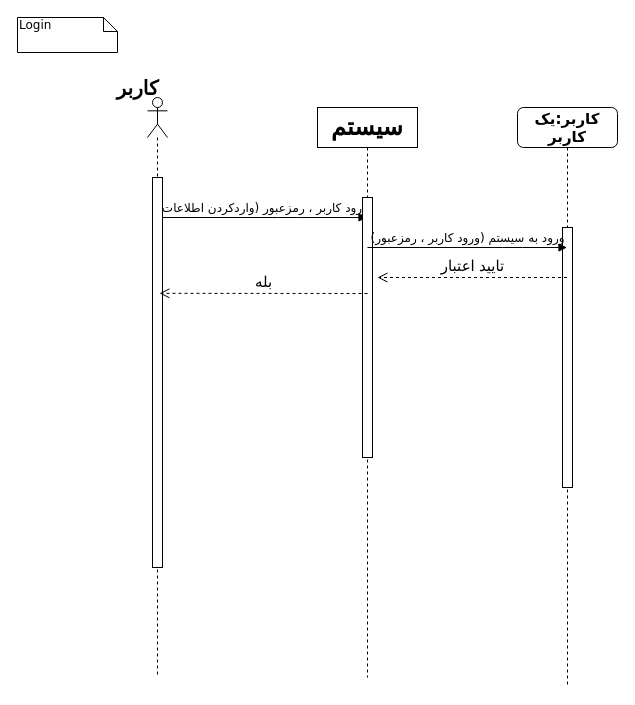
The draw.io diagram Behavioural Modeling/login.drawio in khoramian/TahDig_SoftwareEngineering, before the edit. Source tidied: cells renumbered, new cells numbered last; positions are measured from the earlier drawing's top-left corner, leaving out a move shared by most shapes. Both pictures are drawn from the tidied source at 100%, with x=0, y=0 at pixel (17, 17).
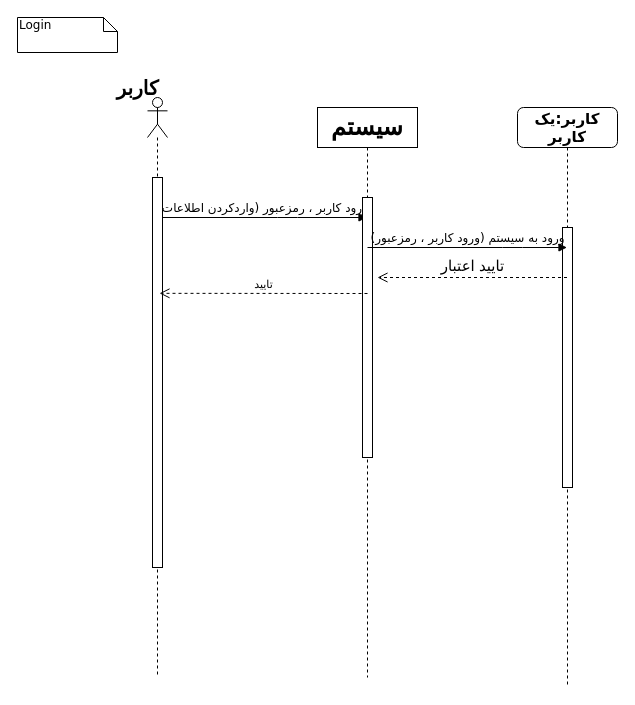
The same page after the edit.

What changed in the source:
```diff
@@
 <mxGraphModel background="#ffffff">
   <root>
     <mxCell id="0" />
     <mxCell id="1" parent="0" />
     <mxCell id="2" value="&lt;font style=&quot;font-size: 15px&quot;&gt;&lt;b&gt;&lt;font style=&quot;font-size: 15px&quot;&gt;کاربر:یک کاربر&lt;/font&gt;&lt;/b&gt;&lt;/font&gt;" style="shape=umlLifeline;perimeter=lifelinePerimeter;whiteSpace=wrap;html=1;outlineConnect=0;rounded=1;shadow=0;comic=0;labelBackgroundColor=none;strokeWidth=1;fontFamily=Verdana;fontSize=12;align=center;" parent="1" vertex="1">
       <mxGeometry x="500" y="90" width="100" height="580" as="geometry" />
     </mxCell>
     <mxCell id="3" style="html=1;perimeter=orthogonalPerimeter;rounded=0;shadow=0;comic=0;labelBackgroundColor=none;strokeWidth=1;fontFamily=Verdana;fontSize=12;align=center;" parent="2" vertex="1">
       <mxGeometry x="45" y="120" width="10" height="260" as="geometry" />
     </mxCell>
     <mxCell id="4" value="(ورود کاربر ، رمزعبور (واردکردن اطلاعات" style="html=1;verticalAlign=bottom;endArrow=block;labelBackgroundColor=none;fontFamily=Verdana;fontSize=12;edgeStyle=elbowEdgeStyle;elbow=vertical;" parent="1" edge="1" source="6" target="8">
       <mxGeometry relative="1" as="geometry">
         <Array as="points">
           <mxPoint x="270" y="200" />
         </Array>
       </mxGeometry>
     </mxCell>
     <mxCell id="5" value="Login" style="shape=note;whiteSpace=wrap;html=1;size=14;verticalAlign=top;align=left;spacingTop=-6;rounded=0;shadow=0;comic=0;labelBackgroundColor=none;strokeWidth=1;fontFamily=Verdana;fontSize=12;" parent="1" vertex="1">
       <mxGeometry width="100" height="35" as="geometry" />
     </mxCell>
     <mxCell id="6" style="shape=umlLifeline;participant=umlActor;perimeter=lifelinePerimeter;whiteSpace=wrap;html=1;verticalAlign=top;spacingTop=36;outlineConnect=0;" parent="1" vertex="1">
       <mxGeometry x="130" y="80" width="20" height="580" as="geometry" />
     </mxCell>
     <mxCell id="7" value="&lt;font size=&quot;1&quot;&gt;&lt;b style=&quot;font-size: 20px&quot;&gt;کاربر&lt;/b&gt;&lt;/font&gt;" style="text;html=1;align=center;verticalAlign=middle;" parent="1" vertex="1">
       <mxGeometry x="95" y="60" width="50" height="20" as="geometry" />
     </mxCell>
     <mxCell id="8" value="&lt;b&gt;&lt;font style=&quot;font-size: 24px&quot;&gt;سیستم &lt;br&gt;&lt;/font&gt;&lt;/b&gt;" style="shape=umlLifeline;perimeter=lifelinePerimeter;whiteSpace=wrap;html=1;outlineConnect=0;" parent="1" vertex="1">
       <mxGeometry x="300" y="90" width="100" height="570" as="geometry" />
     </mxCell>
     <mxCell id="9" style="html=1;perimeter=orthogonalPerimeter;rounded=0;shadow=0;comic=0;labelBackgroundColor=none;strokeWidth=1;fontFamily=Verdana;fontSize=12;align=center;" parent="8" vertex="1">
       <mxGeometry x="45" y="90" width="10" height="260" as="geometry" />
     </mxCell>
     <mxCell id="10" value="ورود به سیستم (ورود کاربر ، رمزعبور)" style="html=1;verticalAlign=bottom;endArrow=block;labelBackgroundColor=none;fontFamily=Verdana;fontSize=12;edgeStyle=elbowEdgeStyle;elbow=vertical;" parent="1" edge="1" target="2">
       <mxGeometry relative="1" as="geometry">
         <mxPoint x="350" y="230" as="sourcePoint" />
         <Array as="points">
           <mxPoint x="495" y="230" />
         </Array>
       </mxGeometry>
     </mxCell>
     <mxCell id="11" style="html=1;points=[];perimeter=orthogonalPerimeter;" parent="1" vertex="1">
       <mxGeometry x="135" y="160" width="10" height="390" as="geometry" />
     </mxCell>
     <mxCell id="12" value="&lt;font style=&quot;font-size: 15px&quot;&gt;تایید اعتبار&lt;br&gt;&lt;/font&gt;" style="html=1;verticalAlign=bottom;endArrow=open;dashed=1;endSize=8;" parent="1" edge="1" source="2">
       <mxGeometry relative="1" as="geometry">
         <mxPoint x="360" y="260" as="targetPoint" />
         <Array as="points">
           <mxPoint x="440" y="260" />
         </Array>
       </mxGeometry>
     </mxCell>
-    <mxCell id="13" value="&lt;font style=&quot;font-size: 15px&quot;&gt;بله&lt;br&gt;&lt;/font&gt;" style="html=1;verticalAlign=bottom;endArrow=open;dashed=1;endSize=8;entryX=0.7;entryY=0.297;entryDx=0;entryDy=0;entryPerimeter=0;" parent="1" edge="1" target="11">
+    <mxCell id="13" value="تایید" style="html=1;verticalAlign=bottom;endArrow=open;dashed=1;endSize=8;entryX=0.7;entryY=0.297;entryDx=0;entryDy=0;entryPerimeter=0;" parent="1" edge="1" target="11">
       <mxGeometry relative="1" as="geometry">
         <mxPoint x="350" y="276" as="sourcePoint" />
       </mxGeometry>
     </mxCell>
   </root>
 </mxGraphModel>
```
